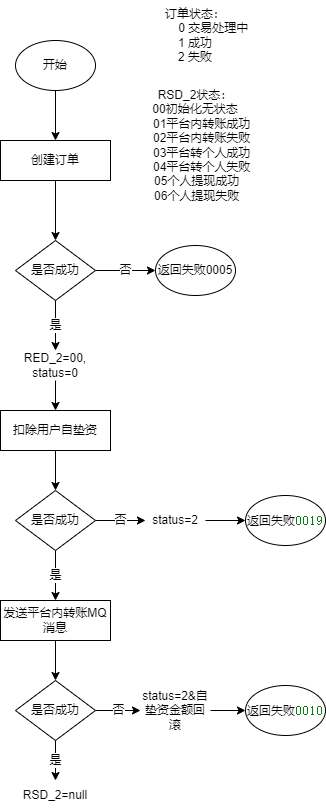
Above: 厦门国际代付订单状态流转.drawio.png in songyibo2019/mydiagrams (draw.io), before the change. Source tidied: cells renumbered, new cells last; positions are measured from the earlier drawing's top-left corner, leaving out a move shared by most shapes.
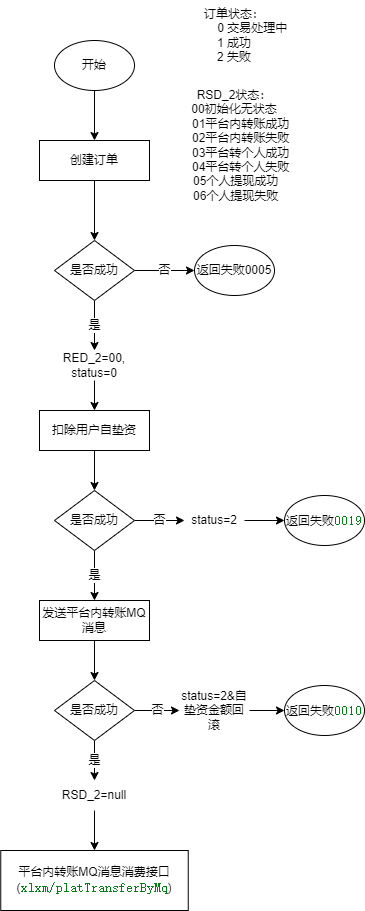
The same diagram one commit later.

Commit message:
Update 厦门国际代付订单状态流转.drawio.png

Diff of the diagram source:
```diff
@@ -79,6 +79,11 @@
     <mxCell id="26" value="是否成功" style="rhombus;whiteSpace=wrap;html=1;" parent="1" vertex="1">
       <mxGeometry x="15" y="680" width="80" height="60" as="geometry" />
     </mxCell>
+    <mxCell id="31" style="edgeStyle=orthogonalEdgeStyle;rounded=0;jettySize=auto;html=1;exitX=0.5;exitY=1;exitDx=0;exitDy=0;fontSize=10;" parent="1" edge="1" source="27">
+      <mxGeometry relative="1" as="geometry">
+        <mxPoint x="55" y="850" as="targetPoint" />
+      </mxGeometry>
+    </mxCell>
     <mxCell id="27" value="RSD_2=null" style="text;html=1;strokeColor=none;fillColor=none;align=center;verticalAlign=middle;whiteSpace=wrap;rounded=0;fontSize=10;" parent="1" vertex="1">
       <mxGeometry x="20" y="780" width="70" height="30" as="geometry" />
     </mxCell>
@@ -91,5 +96,8 @@
     <mxCell id="30" value="返回失败&lt;span style=&quot;color: rgb(6 , 125 , 23) ; background-color: rgb(255 , 255 , 255) ; font-family: &amp;#34;jetbrains mono&amp;#34; , monospace ; font-size: 9.8pt&quot;&gt;0010&lt;/span&gt;" style="ellipse;whiteSpace=wrap;html=1;" parent="1" vertex="1">
       <mxGeometry x="245" y="685" width="80" height="50" as="geometry" />
     </mxCell>
+    <mxCell id="32" value="平台内转账MQ消息消费接口(&lt;span style=&quot;color: rgb(6 , 125 , 23) ; background-color: rgb(255 , 255 , 255) ; font-family: &amp;#34;jetbrains mono&amp;#34; , monospace ; font-size: 9.8pt&quot;&gt;xlxm/platTransferByMq&lt;/span&gt;&lt;span&gt;)&lt;/span&gt;" style="rounded=0;whiteSpace=wrap;html=1;" parent="1" vertex="1">
+      <mxGeometry x="-38.8" y="850" width="187.5" height="60" as="geometry" />
+    </mxCell>
   </root>
 </mxGraphModel>
```
